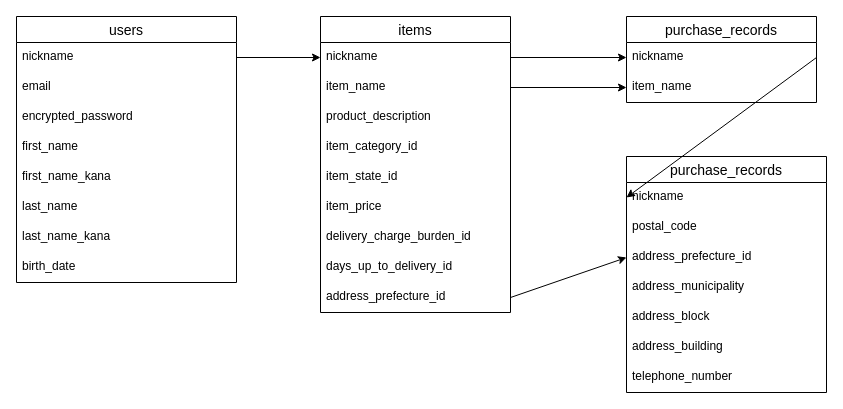
Before: test.dio in yuuichihirakawa/furima-38479, a draw.io diagram. Source tidied: cells renumbered, new cells numbered last; positions are measured from the earlier drawing's top-left corner, leaving out a move shared by most shapes. Both pictures are drawn from the tidied source at 100%, with x=0, y=0 at pixel (16, 16).
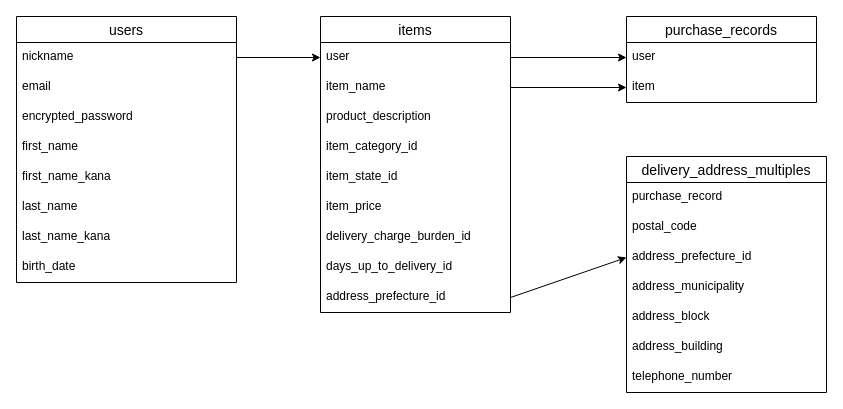
After the change.

Commit message (it also covers changes not shown here):
データベース作成６

The change refers to these unchanged cells:
```xml
<mxCell id="11" value="items" style="swimlane;fontStyle=0;horizontal=1;startSize=26;align=center;fontSize=14;" parent="1" vertex="1">
  <mxGeometry x="304" width="190" height="296" as="geometry" />
</mxCell>
<mxCell id="29" value="purchase_records" style="swimlane;fontStyle=0;horizontal=1;startSize=26;align=center;fontSize=14;" parent="1" vertex="1">
  <mxGeometry x="610" width="190" height="86" as="geometry" />
</mxCell>
```

What changed in the source:
```diff
@@
-    <mxCell id="12" value="nickname" style="text;strokeColor=none;fillColor=none;spacingLeft=4;spacingRight=4;overflow=hidden;points=[[0,0.5],[1,0.5]];portConstraint=eastwest;fontSize=12;" parent="11" vertex="1">
+    <mxCell id="12" value="user" style="text;strokeColor=none;fillColor=none;spacingLeft=4;spacingRight=4;overflow=hidden;points=[[0,0.5],[1,0.5]];portConstraint=eastwest;fontSize=12;" parent="11" vertex="1">
       <mxGeometry y="26" width="190" height="30" as="geometry" />
     </mxCell>
@@
-    <mxCell id="21" value="purchase_records" style="swimlane;fontStyle=0;horizontal=1;startSize=26;align=center;fontSize=14;" parent="1" vertex="1">
+    <mxCell id="21" value="delivery_address_multiples" style="swimlane;fontStyle=0;horizontal=1;startSize=26;align=center;fontSize=14;" parent="1" vertex="1">
       <mxGeometry x="610" y="140" width="200" height="236" as="geometry" />
     </mxCell>
-    <mxCell id="22" value="nickname" style="text;strokeColor=none;fillColor=none;spacingLeft=4;spacingRight=4;overflow=hidden;points=[[0,0.5],[1,0.5]];portConstraint=eastwest;fontSize=12;" parent="21" vertex="1">
+    <mxCell id="22" value="purchase_record" style="text;strokeColor=none;fillColor=none;spacingLeft=4;spacingRight=4;overflow=hidden;points=[[0,0.5],[1,0.5]];portConstraint=eastwest;fontSize=12;" parent="21" vertex="1">
       <mxGeometry y="26" width="200" height="30" as="geometry" />
     </mxCell>
@@
-    <mxCell id="30" value="nickname" style="text;strokeColor=none;fillColor=none;spacingLeft=4;spacingRight=4;overflow=hidden;points=[[0,0.5],[1,0.5]];portConstraint=eastwest;fontSize=12;" parent="29" vertex="1">
+    <mxCell id="30" value="user" style="text;strokeColor=none;fillColor=none;spacingLeft=4;spacingRight=4;overflow=hidden;points=[[0,0.5],[1,0.5]];portConstraint=eastwest;fontSize=12;" parent="29" vertex="1">
       <mxGeometry y="26" width="190" height="30" as="geometry" />
     </mxCell>
-    <mxCell id="31" value="item_name" style="text;strokeColor=none;fillColor=none;spacingLeft=4;spacingRight=4;overflow=hidden;points=[[0,0.5],[1,0.5]];portConstraint=eastwest;fontSize=12;" parent="29" vertex="1">
+    <mxCell id="31" value="item" style="text;strokeColor=none;fillColor=none;spacingLeft=4;spacingRight=4;overflow=hidden;points=[[0,0.5],[1,0.5]];portConstraint=eastwest;fontSize=12;" parent="29" vertex="1">
       <mxGeometry y="56" width="190" height="30" as="geometry" />
     </mxCell>
@@
-    <mxCell id="36" style="edgeStyle=none;html=1;entryX=0;entryY=0.5;entryDx=0;entryDy=0;exitX=1;exitY=0.5;exitDx=0;exitDy=0;" parent="1" edge="1" source="30" target="22">
-      <mxGeometry relative="1" as="geometry" />
-    </mxCell>
```
